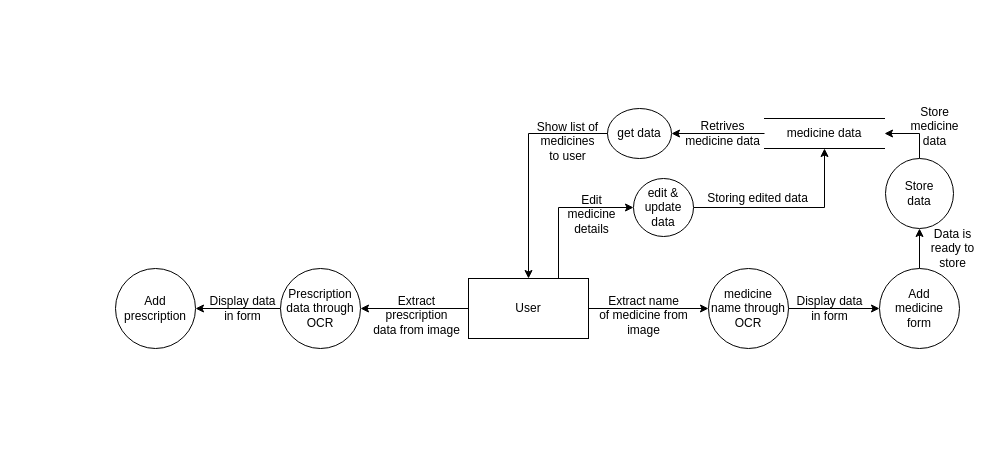
SJPatel123/CP-III keeps this draw.io diagram as DFD_Level-1_Diagram.drawio. Above is the earlier version. Source tidied: cells renumbered, new cells numbered last; positions are measured from the earlier drawing's top-left corner, leaving out a move shared by most shapes. Both pictures are drawn from the tidied source at 100%, with x=0, y=0 at pixel (115, 96).
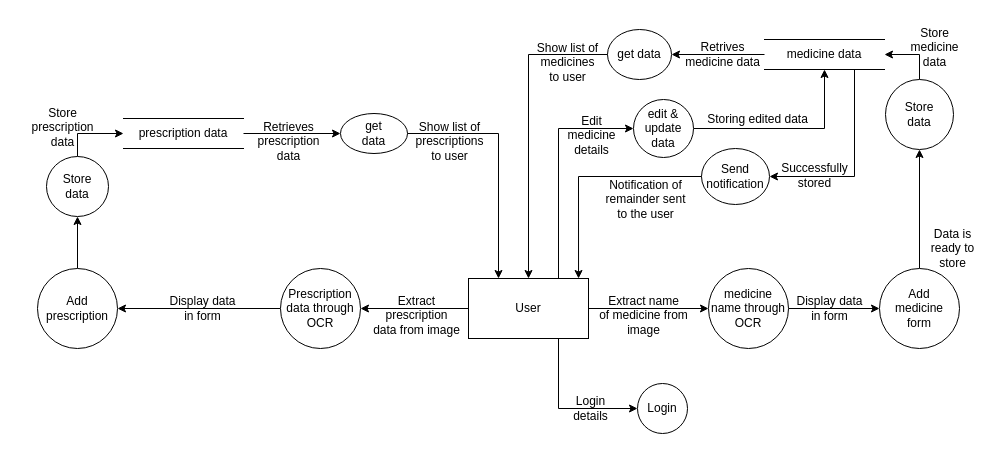
The same page after the edit.

Unchanged cells that the change refers to:
```xml
<mxCell id="5" value="User" style="rounded=0;whiteSpace=wrap;html=1;" parent="1" vertex="1">
  <mxGeometry x="353" y="182" width="120" height="60" as="geometry" />
</mxCell>
```

Diff of the diagram source:
```diff
@@
     <mxCell id="3" style="edgeStyle=orthogonalEdgeStyle;rounded=0;jettySize=auto;html=1;entryX=0;entryY=0.5;entryDx=0;entryDy=0;exitX=0.75;exitY=0;exitDx=0;exitDy=0;" parent="1" edge="1" source="5" target="22">
       <mxGeometry relative="1" as="geometry">
         <Array as="points">
-          <mxPoint x="443" y="111" />
+          <mxPoint x="443" y="32" />
         </Array>
       </mxGeometry>
     </mxCell>
@@
+    <mxCell id="31" style="edgeStyle=orthogonalEdgeStyle;rounded=0;jettySize=auto;html=1;exitX=0.75;exitY=1;exitDx=0;exitDy=0;entryX=0;entryY=0.5;entryDx=0;entryDy=0;" parent="1" edge="1" source="5" target="47">
+      <mxGeometry relative="1" as="geometry" />
+    </mxCell>
@@
+    <mxCell id="32" style="edgeStyle=orthogonalEdgeStyle;rounded=0;jettySize=auto;html=1;exitX=0.75;exitY=1;exitDx=0;exitDy=0;entryX=1;entryY=0.5;entryDx=0;entryDy=0;" parent="1" edge="1" source="13" target="43">
+      <mxGeometry relative="1" as="geometry" />
+    </mxCell>
     <mxCell id="13" value="medicine data" style="shape=partialRectangle;whiteSpace=wrap;html=1;left=0;right=0;fillColor=none;" parent="1" vertex="1">
-      <mxGeometry x="649" y="22" width="120" height="30" as="geometry" />
+      <mxGeometry x="649" y="-57" width="120" height="30" as="geometry" />
     </mxCell>
@@
     <mxCell id="15" value="Store&lt;br&gt;data" style="ellipse;whiteSpace=wrap;html=1;rounded=0;" parent="1" vertex="1">
-      <mxGeometry x="770" y="62" width="68" height="70" as="geometry" />
+      <mxGeometry x="770" y="-17" width="68" height="70" as="geometry" />
     </mxCell>
     <mxCell id="16" value="Store&lt;br&gt;medicine&lt;br&gt;data" style="text;html=1;align=center;verticalAlign=middle;strokeColor=none;fillColor=none;" parent="1" vertex="1">
-      <mxGeometry x="784" width="70" height="60" as="geometry" />
+      <mxGeometry x="784" y="-79" width="70" height="60" as="geometry" />
     </mxCell>
@@
     <mxCell id="18" value="get data" style="ellipse;whiteSpace=wrap;html=1;fillColor=none;" parent="1" vertex="1">
-      <mxGeometry x="492" y="12" width="64" height="50" as="geometry" />
+      <mxGeometry x="492" y="-67" width="64" height="50" as="geometry" />
     </mxCell>
     <mxCell id="19" value="Retrives&lt;br&gt;medicine data" style="text;html=1;align=center;verticalAlign=middle;strokeColor=none;fillColor=none;" parent="1" vertex="1">
-      <mxGeometry x="557" y="17" width="100" height="40" as="geometry" />
+      <mxGeometry x="557" y="-62" width="100" height="40" as="geometry" />
     </mxCell>
     <mxCell id="20" value="Show list of&lt;br&gt;medicines&lt;br&gt;to user" style="text;html=1;align=center;verticalAlign=middle;strokeColor=none;fillColor=none;" parent="1" vertex="1">
-      <mxGeometry x="412" y="15" width="80" height="60" as="geometry" />
+      <mxGeometry x="412" y="-64" width="80" height="60" as="geometry" />
     </mxCell>
@@
     <mxCell id="22" value="edit &amp;amp; update&lt;br&gt;data" style="ellipse;whiteSpace=wrap;html=1;rounded=0;" parent="1" vertex="1">
-      <mxGeometry x="518" y="82" width="60" height="58" as="geometry" />
+      <mxGeometry x="518" y="3" width="60" height="58" as="geometry" />
     </mxCell>
     <mxCell id="23" value="Edit&lt;br&gt;medicine&lt;br&gt;details" style="text;html=1;align=center;verticalAlign=middle;strokeColor=none;fillColor=none;" parent="1" vertex="1">
-      <mxGeometry x="441" y="88" width="70" height="60" as="geometry" />
+      <mxGeometry x="441" y="9" width="70" height="60" as="geometry" />
     </mxCell>
     <mxCell id="24" value="Storing edited data" style="text;html=1;align=center;verticalAlign=middle;strokeColor=none;fillColor=none;" parent="1" vertex="1">
-      <mxGeometry x="582" y="87" width="120" height="30" as="geometry" />
+      <mxGeometry x="582" y="8" width="120" height="30" as="geometry" />
     </mxCell>
@@
+    <mxCell id="33" style="edgeStyle=orthogonalEdgeStyle;rounded=0;jettySize=auto;html=1;" parent="1" edge="1" source="28" target="37">
+      <mxGeometry relative="1" as="geometry" />
+    </mxCell>
     <mxCell id="28" value="Add&lt;br&gt;prescription" style="ellipse;whiteSpace=wrap;html=1;rounded=0;" parent="1" vertex="1">
-      <mxGeometry y="172" width="80" height="80" as="geometry" />
+      <mxGeometry x="-78" y="172" width="80" height="80" as="geometry" />
     </mxCell>
     <mxCell id="29" value="Display data&lt;br&gt;in form" style="text;html=1;align=center;verticalAlign=middle;strokeColor=none;fillColor=none;" parent="1" vertex="1">
-      <mxGeometry x="82" y="192" width="90" height="40" as="geometry" />
+      <mxGeometry x="42" y="192" width="90" height="40" as="geometry" />
     </mxCell>
@@
+    <mxCell id="34" style="edgeStyle=orthogonalEdgeStyle;rounded=0;jettySize=auto;html=1;" parent="1" edge="1" source="35" target="40">
+      <mxGeometry relative="1" as="geometry" />
+    </mxCell>
+    <mxCell id="35" value="prescription data" style="shape=partialRectangle;whiteSpace=wrap;html=1;left=0;right=0;fillColor=none;" parent="1" vertex="1">
+      <mxGeometry x="8" y="22" width="120" height="30" as="geometry" />
+    </mxCell>
+    <mxCell id="36" style="edgeStyle=orthogonalEdgeStyle;rounded=0;jettySize=auto;html=1;exitX=0.5;exitY=0;exitDx=0;exitDy=0;entryX=0;entryY=0.5;entryDx=0;entryDy=0;" parent="1" edge="1" source="37" target="35">
+      <mxGeometry relative="1" as="geometry" />
+    </mxCell>
+    <mxCell id="37" value="Store&lt;br&gt;data" style="ellipse;whiteSpace=wrap;html=1;rounded=0;" parent="1" vertex="1">
+      <mxGeometry x="-69" y="60" width="62" height="60" as="geometry" />
+    </mxCell>
+    <mxCell id="38" value="Store&lt;br&gt;prescription&lt;br&gt;data" style="text;html=1;align=center;verticalAlign=middle;strokeColor=none;fillColor=none;" parent="1" vertex="1">
+      <mxGeometry x="-98" y="1" width="90" height="60" as="geometry" />
+    </mxCell>
+    <mxCell id="39" style="edgeStyle=orthogonalEdgeStyle;rounded=0;jettySize=auto;html=1;exitX=1;exitY=0.5;exitDx=0;exitDy=0;entryX=0.25;entryY=0;entryDx=0;entryDy=0;" parent="1" edge="1" source="40" target="5">
+      <mxGeometry relative="1" as="geometry" />
+    </mxCell>
+    <mxCell id="40" value="get&lt;br&gt;data" style="ellipse;whiteSpace=wrap;html=1;fillColor=none;" parent="1" vertex="1">
+      <mxGeometry x="225" y="17" width="67" height="40" as="geometry" />
+    </mxCell>
+    <mxCell id="41" value="Retrieves&lt;br&gt;prescription&lt;br&gt;data" style="text;html=1;align=center;verticalAlign=middle;strokeColor=none;fillColor=none;" parent="1" vertex="1">
+      <mxGeometry x="128" y="15" width="90" height="60" as="geometry" />
+    </mxCell>
+    <mxCell id="42" value="Show list of&lt;br&gt;prescriptions&lt;br&gt;to user" style="text;html=1;align=center;verticalAlign=middle;strokeColor=none;fillColor=none;" parent="1" vertex="1">
+      <mxGeometry x="289" y="15" width="90" height="60" as="geometry" />
+    </mxCell>
+    <mxCell id="43" value="Send&lt;br&gt;notification" style="ellipse;whiteSpace=wrap;html=1;rounded=0;" parent="1" vertex="1">
+      <mxGeometry x="586" y="52" width="68" height="56" as="geometry" />
+    </mxCell>
+    <mxCell id="44" value="Successfully&lt;br&gt;stored" style="text;html=1;align=center;verticalAlign=middle;strokeColor=none;fillColor=none;" parent="1" vertex="1">
+      <mxGeometry x="654" y="59" width="90" height="40" as="geometry" />
+    </mxCell>
+    <mxCell id="45" style="edgeStyle=orthogonalEdgeStyle;rounded=0;jettySize=auto;html=1;exitX=0;exitY=0.5;exitDx=0;exitDy=0;entryX=0.917;entryY=0;entryDx=0;entryDy=0;entryPerimeter=0;" parent="1" edge="1" source="43" target="5">
+      <mxGeometry relative="1" as="geometry" />
+    </mxCell>
+    <mxCell id="46" value="Notification of&lt;br&gt;remainder sent&lt;br&gt;to the user" style="text;html=1;align=center;verticalAlign=middle;strokeColor=none;fillColor=none;" parent="1" vertex="1">
+      <mxGeometry x="480" y="73" width="100" height="60" as="geometry" />
+    </mxCell>
+    <mxCell id="47" value="Login" style="ellipse;whiteSpace=wrap;html=1;rounded=0;" parent="1" vertex="1">
+      <mxGeometry x="522" y="287" width="50" height="50" as="geometry" />
+    </mxCell>
+    <mxCell id="48" value="Login&lt;br&gt;details" style="text;html=1;align=center;verticalAlign=middle;strokeColor=none;fillColor=none;" parent="1" vertex="1">
+      <mxGeometry x="445" y="292" width="60" height="40" as="geometry" />
+    </mxCell>
```
